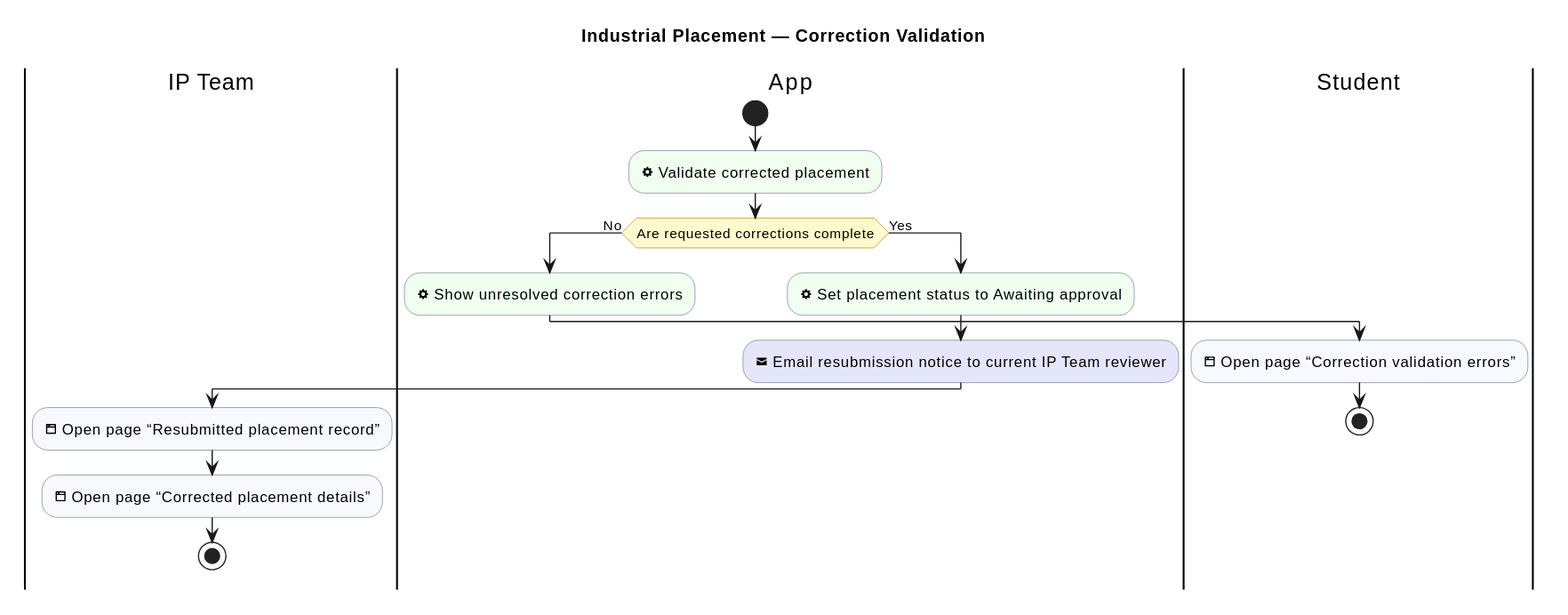
The PlantUML diagram industrial-placement-group-project/diagrams/industrial-placement/correction-validation.svg in sdflkjssl/sdflkjssl.github.io, before a commit.
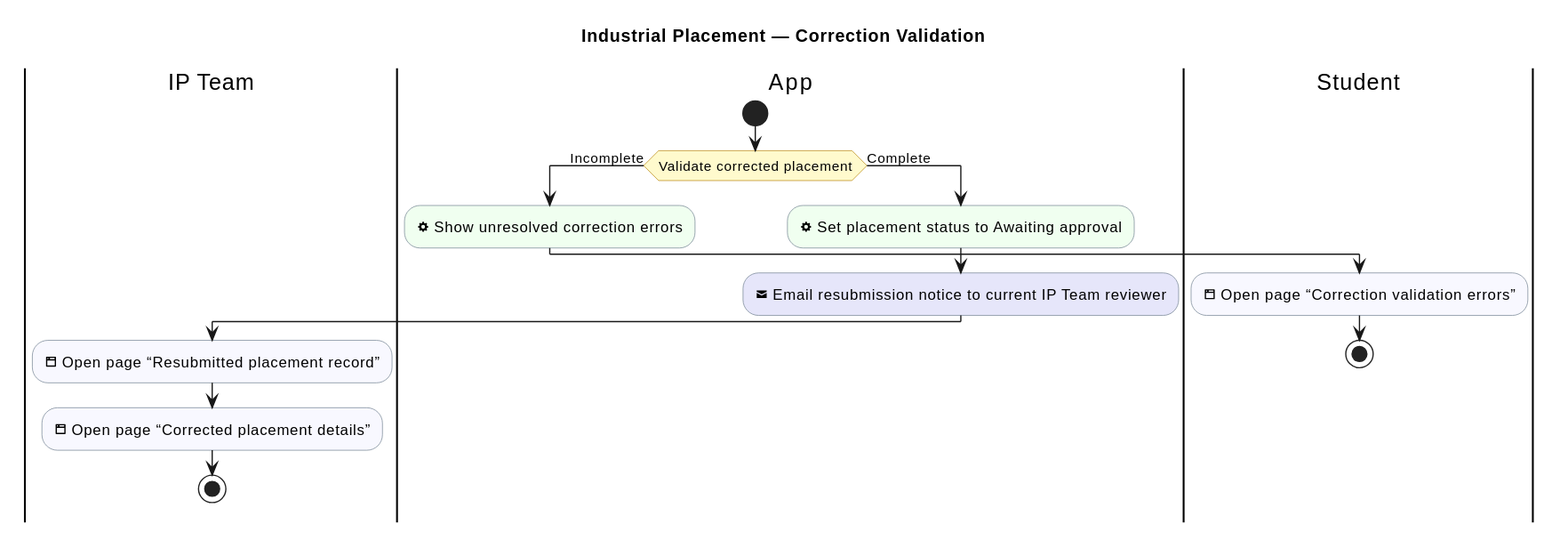
Above is the later version.

The edit, as a diff of the source:
```diff
@@ -13,13 +13,12 @@
 
 |App|
 start
-:<&cog> Validate corrected placement; <<#HoneyDew>>
-if (Are requested corrections complete) then (No)
+if (Validate corrected placement) then (Incomplete)
   :<&cog> Show unresolved correction errors; <<#HoneyDew>>
   |Student|
   :<&browser> Open page “Correction validation errors”; <<#GhostWhite>>
   stop
-else (Yes)
+else (Complete)
   |App|
   :<&cog> Set placement status to Awaiting approval; <<#HoneyDew>>
   :<&envelope-closed> Email resubmission notice to current IP Team reviewer; <<#Lavender>>
```
